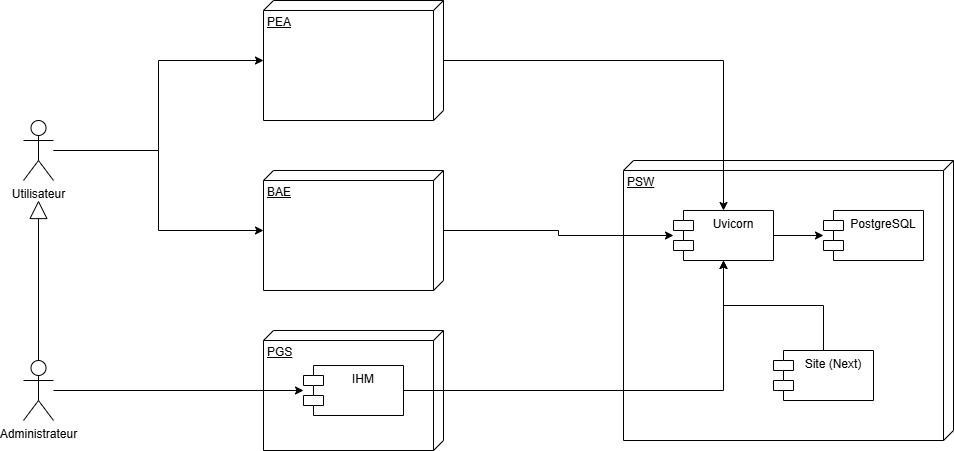
This is PartieCommune/Deploiement/DiagrammeDeploiement.png from RobinMartineau/Acc-s-campus-, a draw.io export, as it was before one commit. Source tidied: cells renumbered, new cells last; positions are measured from the earlier drawing's top-left corner, leaving out a move shared by most shapes.
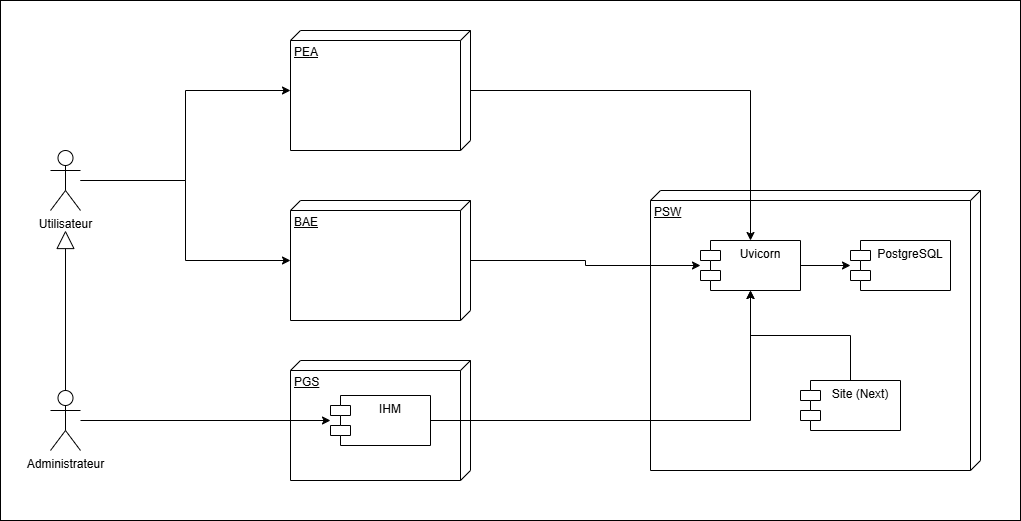
Later version of the same file.

Commit message:
ajout d'un fond sur le diagramme de deploiement

The edit, as a diff of the source:
```diff
@@ -2,6 +2,9 @@
   <root>
     <mxCell id="0" />
     <mxCell id="1" parent="0" />
+    <mxCell id="21" style="rounded=0;whiteSpace=wrap;html=1;" parent="1" vertex="1">
+      <mxGeometry x="-50" y="-30" width="1020" height="520" as="geometry" />
+    </mxCell>
     <mxCell id="2" value="PEA" style="verticalAlign=top;align=left;spacingTop=8;spacingLeft=2;spacingRight=12;shape=cube;size=10;direction=south;fontStyle=4;html=1;whiteSpace=wrap;" parent="1" vertex="1">
       <mxGeometry x="240" width="180" height="120" as="geometry" />
     </mxCell>
```
